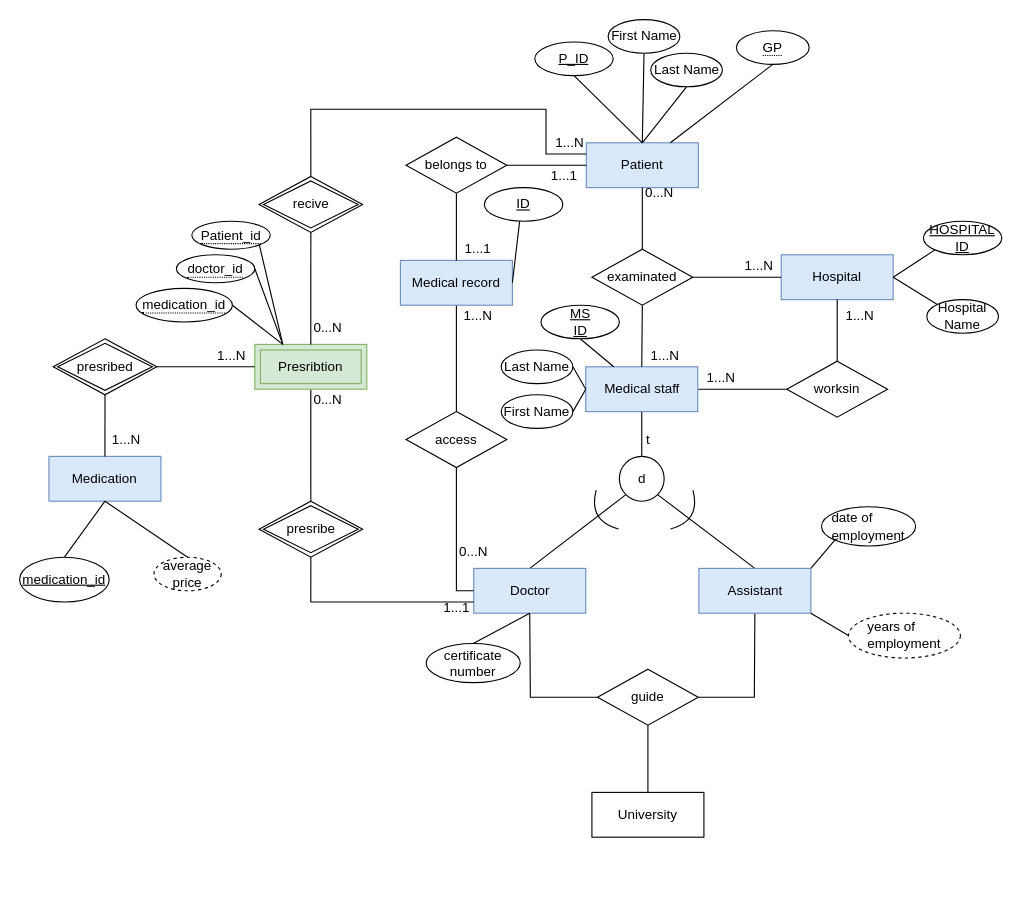
Before: Untitled Diagram.drawio in fragolaTJ/TTtrak, a draw.io diagram. Source tidied: cells renumbered, new cells numbered last; positions are measured from the earlier drawing's top-left corner, leaving out a move shared by most shapes. Both pictures are drawn from the tidied source at 112%, with x=0, y=0 at pixel (19, 19).
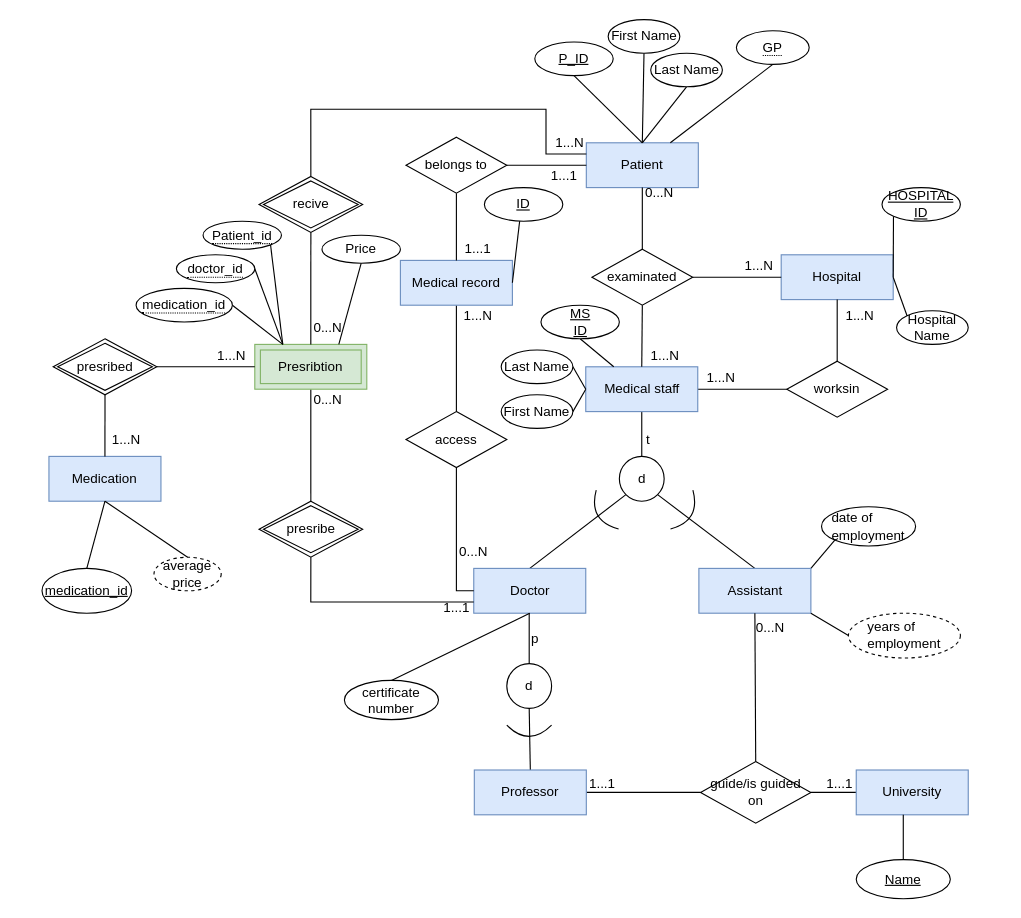
The same diagram, later.

Unchanged cells that the change refers to:
```xml
<mxCell id="14" value="Doctor" style="whiteSpace=wrap;html=1;align=center;fillColor=#dae8fc;strokeColor=#6c8ebf;" parent="1" vertex="1">
  <mxGeometry x="405.5" y="490" width="100" height="40" as="geometry" />
</mxCell>
<mxCell id="18" value="Assistant" style="whiteSpace=wrap;html=1;align=center;fillColor=#dae8fc;strokeColor=#6c8ebf;" parent="1" vertex="1">
  <mxGeometry x="606.5" y="490" width="100" height="40" as="geometry" />
</mxCell>
<mxCell id="38" value="Presribtion" style="shape=ext;margin=3;double=1;whiteSpace=wrap;html=1;align=center;fillColor=#d5e8d4;strokeColor=#82b366;" parent="1" vertex="1">
  <mxGeometry x="210" y="290" width="100" height="40" as="geometry" />
</mxCell>
```

Diff of the diagram source:
```diff
@@
-    <mxCell id="13" style="edgeStyle=none;rounded=0;jettySize=auto;html=1;entryX=0;entryY=0.5;entryDx=0;entryDy=0;endArrow=none;endFill=0;exitX=0.5;exitY=1;exitDx=0;exitDy=0;" parent="1" edge="1" source="14" target="74">
-      <mxGeometry relative="1" as="geometry">
-        <Array as="points">
-          <mxPoint x="456" y="605" />
-        </Array>
-      </mxGeometry>
-    </mxCell>
+    <mxCell id="96" style="edgeStyle=none;rounded=0;jettySize=auto;html=1;exitX=0.5;exitY=1;exitDx=0;exitDy=0;entryX=0.5;entryY=0;entryDx=0;entryDy=0;endArrow=none;endFill=0;" parent="1" edge="1" source="102" target="100">
+      <mxGeometry relative="1" as="geometry" />
+    </mxCell>
@@
-    <mxCell id="17" style="edgeStyle=none;rounded=0;jettySize=auto;html=1;exitX=0.5;exitY=1;exitDx=0;exitDy=0;entryX=1;entryY=0.5;entryDx=0;entryDy=0;endArrow=none;endFill=0;" parent="1" edge="1" source="18" target="74">
-      <mxGeometry relative="1" as="geometry">
-        <Array as="points">
-          <mxPoint x="656" y="605" />
-        </Array>
-      </mxGeometry>
-    </mxCell>
@@
     <mxCell id="66" value="Hospital Name" style="ellipse;whiteSpace=wrap;html=1;align=center;" parent="1" vertex="1">
-      <mxGeometry x="810" y="250" width="64" height="30" as="geometry" />
+      <mxGeometry x="783" y="260" width="64" height="30" as="geometry" />
     </mxCell>
@@
     <mxCell id="68" value="HOSPITAL&lt;div&gt;ID&lt;/div&gt;" style="ellipse;whiteSpace=wrap;html=1;align=center;fontStyle=4;" parent="1" vertex="1">
-      <mxGeometry x="807" y="180" width="70" height="30" as="geometry" />
+      <mxGeometry x="770" y="150" width="70" height="30" as="geometry" />
     </mxCell>
@@
     <mxCell id="73" value="certificate number" style="ellipse;whiteSpace=wrap;html=1;align=center;" parent="1" vertex="1">
-      <mxGeometry x="363" y="557" width="84" height="35" as="geometry" />
+      <mxGeometry x="290" y="590" width="84" height="35" as="geometry" />
     </mxCell>
-    <mxCell id="74" value="&lt;div&gt;guide&lt;/div&gt;" style="shape=rhombus;perimeter=rhombusPerimeter;whiteSpace=wrap;html=1;align=center;" parent="1" vertex="1">
-      <mxGeometry x="516" y="580" width="90" height="50" as="geometry" />
-    </mxCell>
-    <mxCell id="75" style="edgeStyle=none;rounded=0;jettySize=auto;html=1;exitX=0.5;exitY=0;exitDx=0;exitDy=0;entryX=0.5;entryY=1;entryDx=0;entryDy=0;endArrow=none;endFill=0;" parent="1" edge="1" source="76" target="74">
-      <mxGeometry relative="1" as="geometry" />
-    </mxCell>
-    <mxCell id="76" value="University" style="whiteSpace=wrap;html=1;align=center;" parent="1" vertex="1">
-      <mxGeometry x="511" y="690" width="100" height="40" as="geometry" />
-    </mxCell>
@@
     <mxCell id="90" value="&lt;span style=&quot;border-bottom: 1px dotted&quot;&gt;Patient_id&lt;/span&gt;" style="ellipse;whiteSpace=wrap;html=1;align=center;" parent="1" vertex="1">
-      <mxGeometry x="153.8" y="180" width="70" height="25" as="geometry" />
+      <mxGeometry x="163.8" y="180" width="70" height="25" as="geometry" />
     </mxCell>
@@
     <mxCell id="95" value="&lt;div&gt;medication_id&lt;br&gt;&lt;/div&gt;" style="ellipse;whiteSpace=wrap;html=1;align=center;fontStyle=4;" parent="1" vertex="1">
-      <mxGeometry y="480" width="80" height="40" as="geometry" />
+      <mxGeometry x="20" y="490" width="80" height="40" as="geometry" />
     </mxCell>
+    <mxCell id="97" style="edgeStyle=none;rounded=0;jettySize=auto;html=1;exitX=0.5;exitY=1;exitDx=0;exitDy=0;entryX=0.75;entryY=0;entryDx=0;entryDy=0;endArrow=none;endFill=0;" parent="1" edge="1" source="98" target="38">
+      <mxGeometry relative="1" as="geometry" />
+    </mxCell>
+    <mxCell id="98" value="Price" style="ellipse;whiteSpace=wrap;html=1;align=center;" parent="1" vertex="1">
+      <mxGeometry x="270" y="192.5" width="70" height="25" as="geometry" />
+    </mxCell>
+    <mxCell id="99" style="edgeStyle=none;rounded=0;jettySize=auto;html=1;exitX=1;exitY=0.5;exitDx=0;exitDy=0;entryX=0;entryY=0.5;entryDx=0;entryDy=0;endArrow=none;endFill=0;" parent="1" edge="1" source="100" target="107">
+      <mxGeometry relative="1" as="geometry" />
+    </mxCell>
+    <mxCell id="100" value="Professor" style="whiteSpace=wrap;html=1;align=center;fillColor=#dae8fc;strokeColor=#6c8ebf;" parent="1" vertex="1">
+      <mxGeometry x="406" y="670" width="100" height="40" as="geometry" />
+    </mxCell>
+    <mxCell id="101" style="edgeStyle=none;rounded=0;jettySize=auto;html=1;exitX=0.5;exitY=0;exitDx=0;exitDy=0;endArrow=none;endFill=0;" parent="1" edge="1" source="102">
+      <mxGeometry relative="1" as="geometry">
+        <mxPoint x="455" y="530" as="targetPoint" />
+      </mxGeometry>
+    </mxCell>
+    <mxCell id="102" value="d" style="ellipse;whiteSpace=wrap;html=1;" parent="1" vertex="1">
+      <mxGeometry x="435" y="575" width="40" height="40" as="geometry" />
+    </mxCell>
+    <mxCell id="103" style="shape=dataStorage;whiteSpace=wrap;html=1;fixedSize=1;rotation=-90;direction=east;" parent="1" vertex="1">
+      <mxGeometry x="450" y="615" width="10" height="40" as="geometry" />
+    </mxCell>
+    <mxCell id="104" value="p" style="text;html=1;align=center;verticalAlign=middle;strokeColor=none;fillColor=none;" parent="1" vertex="1">
+      <mxGeometry x="445" y="538" width="30" height="30" as="geometry" />
+    </mxCell>
+    <mxCell id="105" style="edgeStyle=none;rounded=0;jettySize=auto;html=1;exitX=0.5;exitY=0;exitDx=0;exitDy=0;entryX=0.5;entryY=1;entryDx=0;entryDy=0;endArrow=none;endFill=0;" parent="1" edge="1" source="107" target="18">
+      <mxGeometry relative="1" as="geometry" />
+    </mxCell>
+    <mxCell id="106" style="edgeStyle=none;rounded=0;jettySize=auto;html=1;exitX=1;exitY=0.5;exitDx=0;exitDy=0;entryX=0;entryY=0.5;entryDx=0;entryDy=0;endArrow=none;endFill=0;" parent="1" edge="1" source="107" target="76">
+      <mxGeometry relative="1" as="geometry" />
+    </mxCell>
+    <mxCell id="107" value="guide/is guided on" style="shape=rhombus;perimeter=rhombusPerimeter;whiteSpace=wrap;html=1;align=center;" parent="1" vertex="1">
+      <mxGeometry x="608" y="662.5" width="98.5" height="55" as="geometry" />
+    </mxCell>
+    <mxCell id="76" value="University" style="whiteSpace=wrap;html=1;align=center;fillColor=#dae8fc;strokeColor=#6c8ebf;" parent="1" vertex="1">
+      <mxGeometry x="747" y="670" width="100" height="40" as="geometry" />
+    </mxCell>
+    <mxCell id="108" value="&lt;u&gt;Name&lt;/u&gt;" style="ellipse;whiteSpace=wrap;html=1;align=center;" parent="1" vertex="1">
+      <mxGeometry x="747" y="750" width="84" height="35" as="geometry" />
+    </mxCell>
+    <mxCell id="109" style="edgeStyle=none;rounded=0;jettySize=auto;html=1;exitX=0.5;exitY=0;exitDx=0;exitDy=0;entryX=0.42;entryY=1;entryDx=0;entryDy=0;entryPerimeter=0;endArrow=none;endFill=0;" parent="1" edge="1" source="108" target="76">
+      <mxGeometry relative="1" as="geometry" />
+    </mxCell>
+    <mxCell id="110" value="0...N" style="text;html=1;align=center;verticalAlign=middle;strokeColor=none;fillColor=none;" parent="1" vertex="1">
+      <mxGeometry x="645" y="528" width="50" height="30" as="geometry" />
+    </mxCell>
+    <mxCell id="111" value="1...1" style="text;html=1;align=center;verticalAlign=middle;strokeColor=none;fillColor=none;" parent="1" vertex="1">
+      <mxGeometry x="495" y="668" width="50" height="30" as="geometry" />
+    </mxCell>
+    <mxCell id="112" value="1...1" style="text;html=1;align=center;verticalAlign=middle;strokeColor=none;fillColor=none;" parent="1" vertex="1">
+      <mxGeometry x="706.5" y="668" width="50" height="30" as="geometry" />
+    </mxCell>
```
